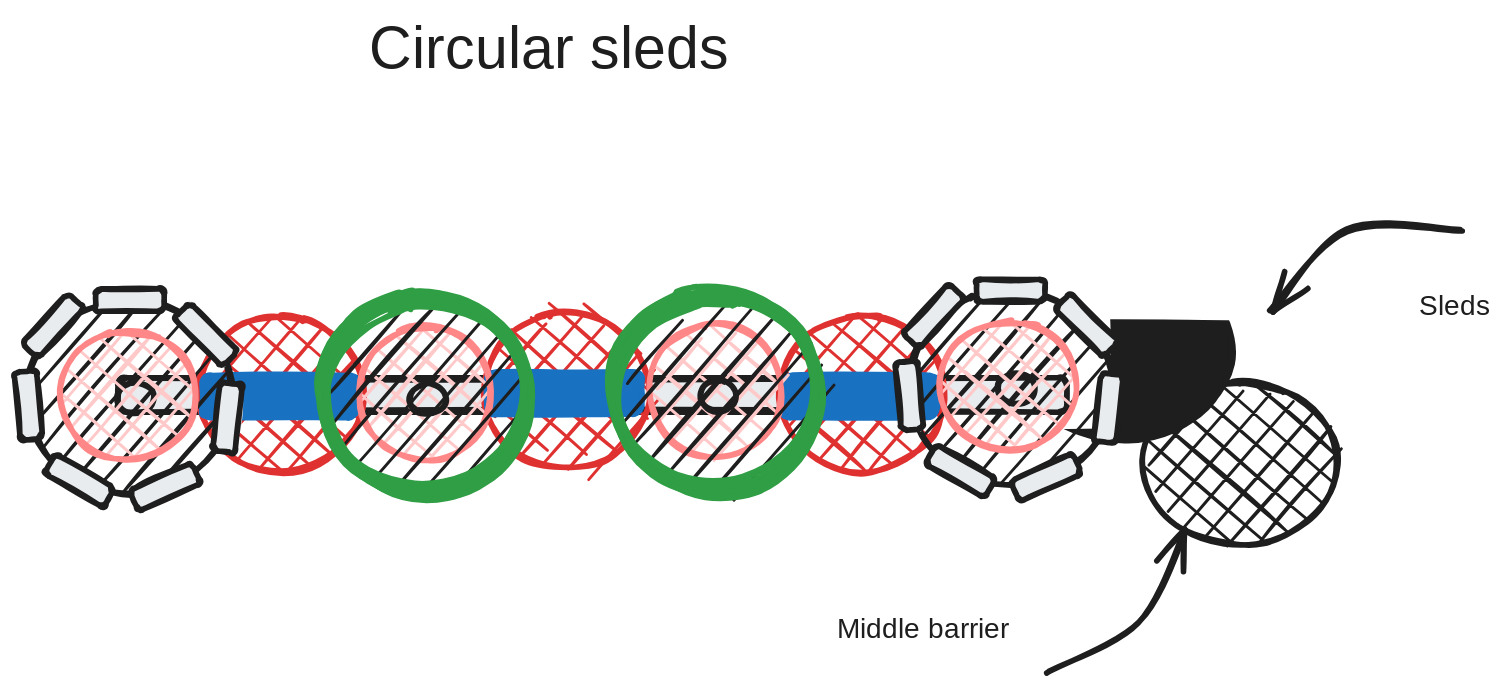
Above: entries/sleds-1/brainstorm/Circular sleds.excalidraw.svg in Area-53-Robotics/53D-Notebook-Over-Under-2023-2024 (Excalidraw), before the change. Source tidied: one line per element, renumbered; positions are measured from the earlier drawing's top-left corner, leaving out a move shared by most shapes. Its diagram source:
```json
{"id": 0, "type": "text", "text": "Circular sleds", "strokeColor": "#1e1e1e", "backgroundColor": "#ffffff", "fillStyle": "solid", "strokeWidth": 4, "roughness": 1, "fontSize": 42.4, "fontFamily": 1, "x": 268, "y": 0, "width": 284, "height": 53}
{"id": 1, "type": "ellipse", "strokeColor": "#1e1e1e", "backgroundColor": "#1e1e1e", "fillStyle": "cross-hatch", "strokeWidth": 4, "roughness": 1, "x": 821, "y": 263, "width": 139, "height": 116}
{"id": 2, "type": "arrow", "strokeColor": "#1e1e1e", "backgroundColor": "#1e1e1e", "fillStyle": "cross-hatch", "strokeWidth": 4, "roughness": 1, "endArrowhead": "arrow", "round": true, "to": 7, "x": 1049, "y": 155, "width": 137, "height": 57, "points": [[0, 0], [-83, 0], [-137, 57]]}
{"id": 3, "type": "text", "text": "Sleds", "strokeColor": "#1e1e1e", "backgroundColor": "#1e1e1e", "fillStyle": "cross-hatch", "strokeWidth": 4, "roughness": 1, "fontSize": 20, "fontFamily": 1, "x": 1018, "y": 197, "width": 51, "height": 25}
{"id": 4, "type": "arrow", "strokeColor": "#1e1e1e", "backgroundColor": "#1e1e1e", "fillStyle": "cross-hatch", "strokeWidth": 4, "roughness": 1, "endArrowhead": "arrow", "round": true, "to": 1, "x": 753, "y": 471, "width": 97, "height": 102, "points": [[0, 0], [66, -37], [97, -102]]}
{"id": 5, "type": "text", "text": "Middle barrier", "strokeColor": "#1e1e1e", "backgroundColor": "#1e1e1e", "fillStyle": "cross-hatch", "strokeWidth": 4, "roughness": 1, "fontSize": 20, "fontFamily": 1, "x": 602, "y": 428, "width": 133, "height": 25}
{"id": 6, "type": "rectangle", "strokeColor": "#ffffff", "backgroundColor": "#ffffff", "fillStyle": "solid", "strokeWidth": 4, "roughness": 1, "x": 623, "y": 37, "width": 158, "height": 76}
{"id": 7, "type": "ellipse", "strokeColor": "#1e1e1e", "backgroundColor": "#1e1e1e", "fillStyle": "solid", "strokeWidth": 4, "roughness": 1, "round": true, "x": 728, "y": 175, "width": 157, "height": 129}
{"id": 8, "type": "rectangle", "strokeColor": "#ffffff", "backgroundColor": "#ffffff", "fillStyle": "solid", "strokeWidth": 4, "roughness": 1, "x": 722, "y": 137, "width": 165, "height": 79}
{"id": 9, "type": "rectangle", "strokeColor": "#ffffff", "backgroundColor": "#ffffff", "fillStyle": "solid", "strokeWidth": 4, "roughness": 1, "x": 724, "y": 215, "width": 71, "height": 79}
{"id": 10, "type": "rectangle", "strokeColor": "#1e1e1e", "backgroundColor": "#e9ecef", "fillStyle": "solid", "strokeWidth": 4, "roughness": 1, "round": true, "x": 88, "y": 260, "width": 678, "height": 25}
{"id": 11, "type": "ellipse", "strokeColor": "#e03131", "backgroundColor": "#e03131", "fillStyle": "cross-hatch", "strokeWidth": 4, "roughness": 1, "round": true, "x": 146, "y": 216, "width": 118, "height": 112}
{"id": 12, "type": "rectangle", "strokeColor": "#1971c2", "backgroundColor": "#1971c2", "fillStyle": "solid", "strokeWidth": 4, "roughness": 1, "round": true, "x": 149, "y": 258, "width": 111, "height": 30}
{"id": 13, "type": "ellipse", "strokeColor": "#e03131", "backgroundColor": "#e03131", "fillStyle": "cross-hatch", "strokeWidth": 4, "roughness": 1, "round": true, "x": 350, "y": 213, "width": 118, "height": 112}
{"id": 14, "type": "rectangle", "strokeColor": "#1971c2", "backgroundColor": "#1971c2", "fillStyle": "solid", "strokeWidth": 4, "roughness": 1, "round": true, "x": 352, "y": 256, "width": 111, "height": 30}
{"id": 15, "type": "ellipse", "strokeColor": "#e03131", "backgroundColor": "#e03131", "fillStyle": "cross-hatch", "strokeWidth": 4, "roughness": 1, "round": true, "x": 561, "y": 215, "width": 118, "height": 112}
{"id": 16, "type": "rectangle", "strokeColor": "#1971c2", "backgroundColor": "#1971c2", "fillStyle": "solid", "strokeWidth": 4, "roughness": 1, "round": true, "x": 563, "y": 258, "width": 111, "height": 30}
{"id": 17, "type": "ellipse", "strokeColor": "#1e1e1e", "backgroundColor": "#1e1e1e", "fillStyle": "hachure", "strokeWidth": 4, "roughness": 1, "round": true, "x": 653, "y": 197, "width": 147, "height": 139}
{"id": 18, "type": "rectangle", "strokeColor": "#1e1e1e", "backgroundColor": "#e9ecef", "fillStyle": "solid", "strokeWidth": 4, "roughness": 1, "round": true, "x": 702, "y": 189, "width": 49, "height": 16}
{"id": 19, "type": "rectangle", "strokeColor": "#1e1e1e", "angle": 0.79, "backgroundColor": "#e9ecef", "fillStyle": "solid", "strokeWidth": 4, "roughness": 1, "round": true, "x": 756, "y": 214, "width": 49, "height": 16}
{"id": 20, "type": "rectangle", "strokeColor": "#1e1e1e", "angle": 4.82, "backgroundColor": "#e9ecef", "fillStyle": "solid", "strokeWidth": 4, "roughness": 1, "round": true, "x": 771, "y": 273, "width": 49, "height": 16}
{"id": 21, "type": "rectangle", "strokeColor": "#1e1e1e", "angle": 5.86, "backgroundColor": "#e9ecef", "fillStyle": "solid", "strokeWidth": 4, "roughness": 1, "round": true, "x": 727, "y": 323, "width": 49, "height": 16}
{"id": 22, "type": "rectangle", "strokeColor": "#1e1e1e", "angle": 0.52, "backgroundColor": "#e9ecef", "fillStyle": "solid", "strokeWidth": 4, "roughness": 1, "round": true, "x": 666, "y": 319, "width": 49, "height": 16}
{"id": 23, "type": "rectangle", "strokeColor": "#1e1e1e", "angle": 1.48, "backgroundColor": "#e9ecef", "fillStyle": "solid", "strokeWidth": 4, "roughness": 1, "round": true, "x": 629, "y": 265, "width": 49, "height": 16}
{"id": 24, "type": "rectangle", "strokeColor": "#1e1e1e", "angle": 2.31, "backgroundColor": "#e9ecef", "fillStyle": "solid", "strokeWidth": 4, "roughness": 1, "round": true, "x": 647, "y": 208, "width": 49, "height": 16}
{"id": 25, "type": "ellipse", "strokeColor": "#1e1e1e", "strokeWidth": 4, "roughness": 1, "round": true, "x": 717, "y": 257, "width": 26, "height": 22}
{"id": 26, "type": "ellipse", "strokeColor": "#ff8787", "backgroundColor": "#ffc9c9", "fillStyle": "cross-hatch", "strokeWidth": 4, "roughness": 1, "round": true, "x": 676, "y": 219, "width": 98, "height": 92}
{"id": 27, "type": "ellipse", "strokeColor": "#1e1e1e", "backgroundColor": "#1e1e1e", "fillStyle": "hachure", "strokeWidth": 4, "roughness": 1, "round": true, "x": 24, "y": 204, "width": 147, "height": 139}
{"id": 28, "type": "rectangle", "strokeColor": "#1e1e1e", "backgroundColor": "#e9ecef", "fillStyle": "solid", "strokeWidth": 4, "roughness": 1, "round": true, "x": 73, "y": 196, "width": 49, "height": 16}
{"id": 29, "type": "rectangle", "strokeColor": "#1e1e1e", "angle": 0.79, "backgroundColor": "#e9ecef", "fillStyle": "solid", "strokeWidth": 4, "roughness": 1, "round": true, "x": 127, "y": 221, "width": 49, "height": 16}
{"id": 30, "type": "rectangle", "strokeColor": "#1e1e1e", "angle": 4.82, "backgroundColor": "#e9ecef", "fillStyle": "solid", "strokeWidth": 4, "roughness": 1, "round": true, "x": 142, "y": 280, "width": 49, "height": 16}
{"id": 31, "type": "rectangle", "strokeColor": "#1e1e1e", "angle": 5.86, "backgroundColor": "#e9ecef", "fillStyle": "solid", "strokeWidth": 4, "roughness": 1, "round": true, "x": 98, "y": 330, "width": 49, "height": 16}
{"id": 32, "type": "rectangle", "strokeColor": "#1e1e1e", "angle": 0.52, "backgroundColor": "#e9ecef", "fillStyle": "solid", "strokeWidth": 4, "roughness": 1, "round": true, "x": 36, "y": 325, "width": 49, "height": 16}
{"id": 33, "type": "rectangle", "strokeColor": "#1e1e1e", "angle": 1.48, "backgroundColor": "#e9ecef", "fillStyle": "solid", "strokeWidth": 4, "roughness": 1, "round": true, "x": 0, "y": 271, "width": 49, "height": 16}
{"id": 34, "type": "rectangle", "strokeColor": "#1e1e1e", "angle": 2.31, "backgroundColor": "#e9ecef", "fillStyle": "solid", "strokeWidth": 4, "roughness": 1, "round": true, "x": 18, "y": 215, "width": 49, "height": 16}
{"id": 35, "type": "ellipse", "strokeColor": "#1e1e1e", "strokeWidth": 4, "roughness": 1, "round": true, "x": 88, "y": 263, "width": 26, "height": 22}
{"id": 36, "type": "ellipse", "strokeColor": "#ff8787", "backgroundColor": "#ffc9c9", "fillStyle": "cross-hatch", "strokeWidth": 4, "roughness": 1, "round": true, "x": 46, "y": 226, "width": 98, "height": 92}
{"id": 37, "type": "ellipse", "strokeColor": "#ff8787", "backgroundColor": "#ffc9c9", "fillStyle": "cross-hatch", "strokeWidth": 4, "roughness": 1, "round": true, "x": 261, "y": 223, "width": 95, "height": 96}
{"id": 38, "type": "ellipse", "strokeColor": "#2f9e44", "backgroundColor": "#1e1e1e", "fillStyle": "hachure", "strokeWidth": 4, "roughness": 1, "round": true, "x": 237, "y": 205, "width": 147, "height": 139}
{"id": 39, "type": "ellipse", "strokeColor": "#1e1e1e", "strokeWidth": 4, "roughness": 1, "round": true, "x": 297, "y": 264, "width": 26, "height": 22}
{"id": 40, "type": "ellipse", "strokeColor": "#2f9e44", "strokeWidth": 4, "roughness": 1, "round": true, "x": 237, "y": 202, "width": 147, "height": 139}
{"id": 41, "type": "ellipse", "strokeColor": "#2f9e44", "strokeWidth": 4, "roughness": 1, "round": true, "x": 231, "y": 200, "width": 147, "height": 139}
{"id": 42, "type": "ellipse", "strokeColor": "#2f9e44", "strokeWidth": 4, "roughness": 1, "round": true, "x": 235, "y": 206, "width": 147, "height": 139}
{"id": 43, "type": "ellipse", "strokeColor": "#2f9e44", "strokeWidth": 4, "roughness": 1, "round": true, "x": 233, "y": 203, "width": 147, "height": 139}
{"id": 44, "type": "ellipse", "strokeColor": "#2f9e44", "strokeWidth": 4, "roughness": 1, "round": true, "x": 233, "y": 205, "width": 147, "height": 139}
{"id": 45, "type": "ellipse", "strokeColor": "#2f9e44", "strokeWidth": 4, "roughness": 1, "round": true, "x": 237, "y": 208, "width": 147, "height": 139}
{"id": 46, "type": "ellipse", "strokeColor": "#2f9e44", "strokeWidth": 4, "roughness": 1, "round": true, "x": 232, "y": 197, "width": 147, "height": 139}
{"id": 47, "type": "ellipse", "strokeColor": "#ff8787", "backgroundColor": "#ffc9c9", "fillStyle": "cross-hatch", "strokeWidth": 4, "roughness": 1, "round": true, "x": 468, "y": 221, "width": 95, "height": 96}
{"id": 48, "type": "ellipse", "strokeColor": "#2f9e44", "backgroundColor": "#1e1e1e", "fillStyle": "hachure", "strokeWidth": 4, "roughness": 1, "round": true, "x": 444, "y": 203, "width": 147, "height": 139}
{"id": 49, "type": "ellipse", "strokeColor": "#1e1e1e", "strokeWidth": 4, "roughness": 1, "round": true, "x": 504, "y": 262, "width": 26, "height": 22}
{"id": 50, "type": "ellipse", "strokeColor": "#2f9e44", "strokeWidth": 4, "roughness": 1, "round": true, "x": 444, "y": 200, "width": 147, "height": 139}
{"id": 51, "type": "ellipse", "strokeColor": "#2f9e44", "strokeWidth": 4, "roughness": 1, "round": true, "x": 439, "y": 197, "width": 147, "height": 139}
{"id": 52, "type": "ellipse", "strokeColor": "#2f9e44", "strokeWidth": 4, "roughness": 1, "round": true, "x": 442, "y": 204, "width": 147, "height": 139}
{"id": 53, "type": "ellipse", "strokeColor": "#2f9e44", "strokeWidth": 4, "roughness": 1, "round": true, "x": 440, "y": 200, "width": 147, "height": 139}
{"id": 54, "type": "ellipse", "strokeColor": "#2f9e44", "strokeWidth": 4, "roughness": 1, "round": true, "x": 441, "y": 203, "width": 147, "height": 139}
{"id": 55, "type": "ellipse", "strokeColor": "#2f9e44", "strokeWidth": 4, "roughness": 1, "round": true, "x": 444, "y": 206, "width": 147, "height": 139}
{"id": 56, "type": "ellipse", "strokeColor": "#2f9e44", "strokeWidth": 4, "roughness": 1, "round": true, "x": 439, "y": 195, "width": 147, "height": 139}
```
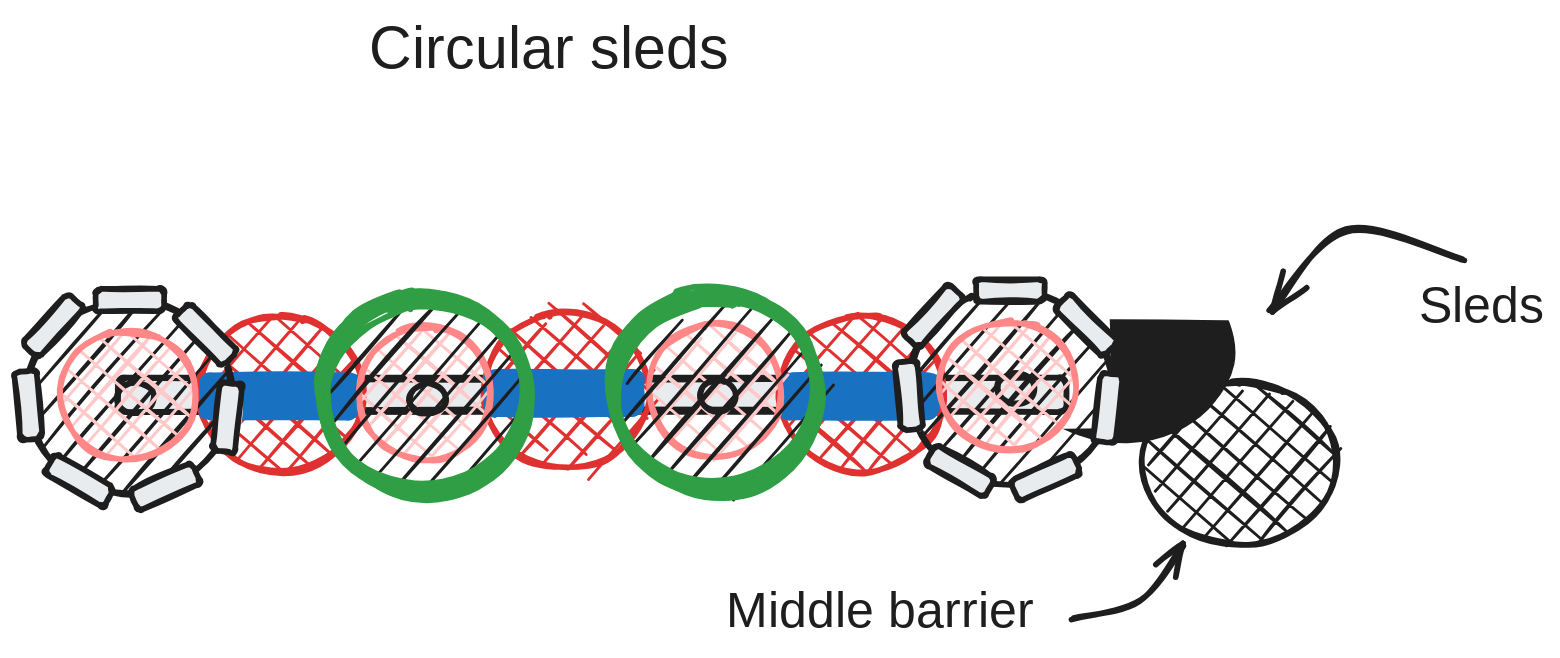
After the change.

Change to the diagram source:
```diff
@@ -1,9 +1,9 @@
 {"id": 0, "type": "text", "text": "Circular sleds", "strokeColor": "#1e1e1e", "backgroundColor": "#ffffff", "fillStyle": "solid", "strokeWidth": 4, "roughness": 1, "fontSize": 42.4, "fontFamily": 1, "x": 268, "y": 0, "width": 284, "height": 53}
 {"id": 1, "type": "ellipse", "strokeColor": "#1e1e1e", "backgroundColor": "#1e1e1e", "fillStyle": "cross-hatch", "strokeWidth": 4, "roughness": 1, "x": 821, "y": 263, "width": 139, "height": 116}
-{"id": 2, "type": "arrow", "strokeColor": "#1e1e1e", "backgroundColor": "#1e1e1e", "fillStyle": "cross-hatch", "strokeWidth": 4, "roughness": 1, "endArrowhead": "arrow", "round": true, "to": 7, "x": 1049, "y": 155, "width": 137, "height": 57, "points": [[0, 0], [-83, 0], [-137, 57]]}
+{"id": 2, "type": "arrow", "strokeColor": "#1e1e1e", "backgroundColor": "#1e1e1e", "fillStyle": "cross-hatch", "strokeWidth": 4, "roughness": 1, "endArrowhead": "arrow", "round": true, "from": 3, "to": 7, "x": 1051, "y": 176, "width": 139, "height": 57, "points": [[0, 0], [-85, -21], [-139, 36]]}
-{"id": 3, "type": "text", "text": "Sleds", "strokeColor": "#1e1e1e", "backgroundColor": "#1e1e1e", "fillStyle": "cross-hatch", "strokeWidth": 4, "roughness": 1, "fontSize": 20, "fontFamily": 1, "x": 1018, "y": 197, "width": 51, "height": 25}
+{"id": 3, "type": "text", "text": "Sleds", "strokeColor": "#1e1e1e", "backgroundColor": "#1e1e1e", "fillStyle": "cross-hatch", "strokeWidth": 4, "roughness": 1, "fontSize": 36, "fontFamily": 1, "x": 1018, "y": 187, "width": 91, "height": 45}
-{"id": 4, "type": "arrow", "strokeColor": "#1e1e1e", "backgroundColor": "#1e1e1e", "fillStyle": "cross-hatch", "strokeWidth": 4, "roughness": 1, "endArrowhead": "arrow", "round": true, "to": 1, "x": 753, "y": 471, "width": 97, "height": 102, "points": [[0, 0], [66, -37], [97, -102]]}
+{"id": 4, "type": "arrow", "strokeColor": "#1e1e1e", "backgroundColor": "#1e1e1e", "fillStyle": "cross-hatch", "strokeWidth": 4, "roughness": 1, "endArrowhead": "arrow", "round": true, "from": 5, "to": 1, "x": 771, "y": 433, "width": 78, "height": 54, "points": [[0, 0], [49, -14], [78, -54]]}
-{"id": 5, "type": "text", "text": "Middle barrier", "strokeColor": "#1e1e1e", "backgroundColor": "#1e1e1e", "fillStyle": "cross-hatch", "strokeWidth": 4, "roughness": 1, "fontSize": 20, "fontFamily": 1, "x": 602, "y": 428, "width": 133, "height": 25}
+{"id": 5, "type": "text", "text": "Middle barrier", "strokeColor": "#1e1e1e", "backgroundColor": "#1e1e1e", "fillStyle": "cross-hatch", "strokeWidth": 4, "roughness": 1, "fontSize": 36, "fontFamily": 1, "x": 523, "y": 405, "width": 240, "height": 45}
 {"id": 6, "type": "rectangle", "strokeColor": "#ffffff", "backgroundColor": "#ffffff", "fillStyle": "solid", "strokeWidth": 4, "roughness": 1, "x": 623, "y": 37, "width": 158, "height": 76}
 {"id": 7, "type": "ellipse", "strokeColor": "#1e1e1e", "backgroundColor": "#1e1e1e", "fillStyle": "solid", "strokeWidth": 4, "roughness": 1, "round": true, "x": 728, "y": 175, "width": 157, "height": 129}
 {"id": 8, "type": "rectangle", "strokeColor": "#ffffff", "backgroundColor": "#ffffff", "fillStyle": "solid", "strokeWidth": 4, "roughness": 1, "x": 722, "y": 137, "width": 165, "height": 79}
```
